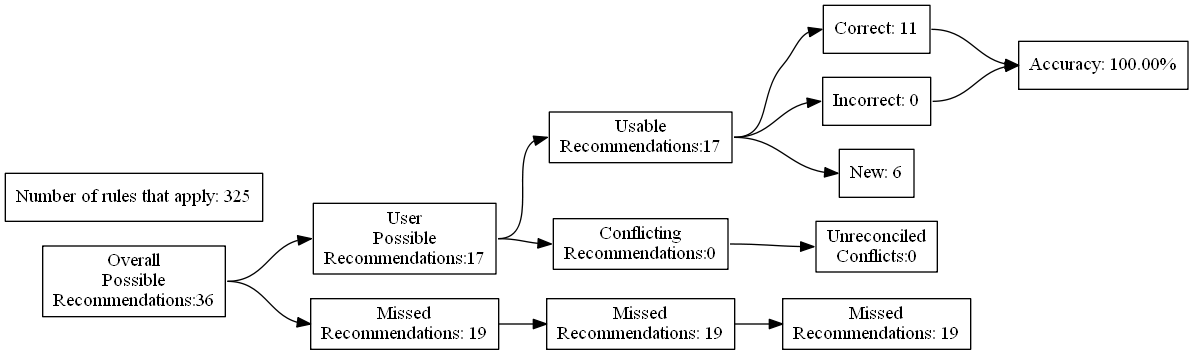
Earlier version of the Graphviz export test_renders/80.gv.png (ZaxR/ibd_diet_analysis). Its source is kept beside it as test_renders/80.gv.
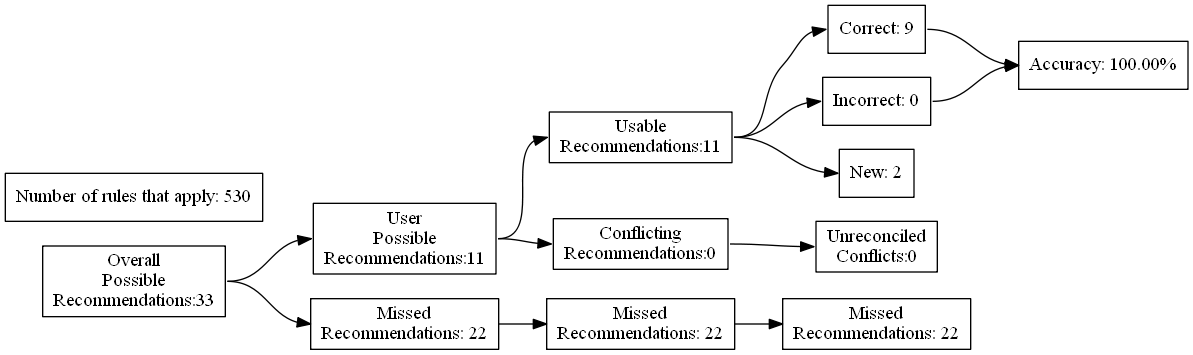
Later version of the same file.

Change to the diagram source:
```diff
@@ -4,27 +4,27 @@
 	edge [headport=w tailport=e]
 		A [label="Overall
 Possible
-Recommendations:36"]
+Recommendations:33"]
 		B [label="User
 Possible
-Recommendations:17"]
+Recommendations:11"]
 		C [label="Missed
-Recommendations: 19"]
+Recommendations: 22"]
 		D [label="Usable
-Recommendations:17"]
+Recommendations:11"]
 		E [label="Conflicting
 Recommendations:0"]
 		J [label="Missed
-Recommendations: 19"]
+Recommendations: 22"]
 		M [label="Unreconciled
 Conflicts:0"]
-		F [label="Correct: 11"]
+		F [label="Correct: 9"]
 		G [label="Incorrect: 0"]
-		H [label="New: 6"]
+		H [label="New: 2"]
 		K [label="Missed
-Recommendations: 19"]
+Recommendations: 22"]
 		I [label="Accuracy: 100.00%"]
-		l [label="Number of rules that apply: 325"]
+		l [label="Number of rules that apply: 530"]
 			A -> B
 			A -> C
 			B -> D
```
